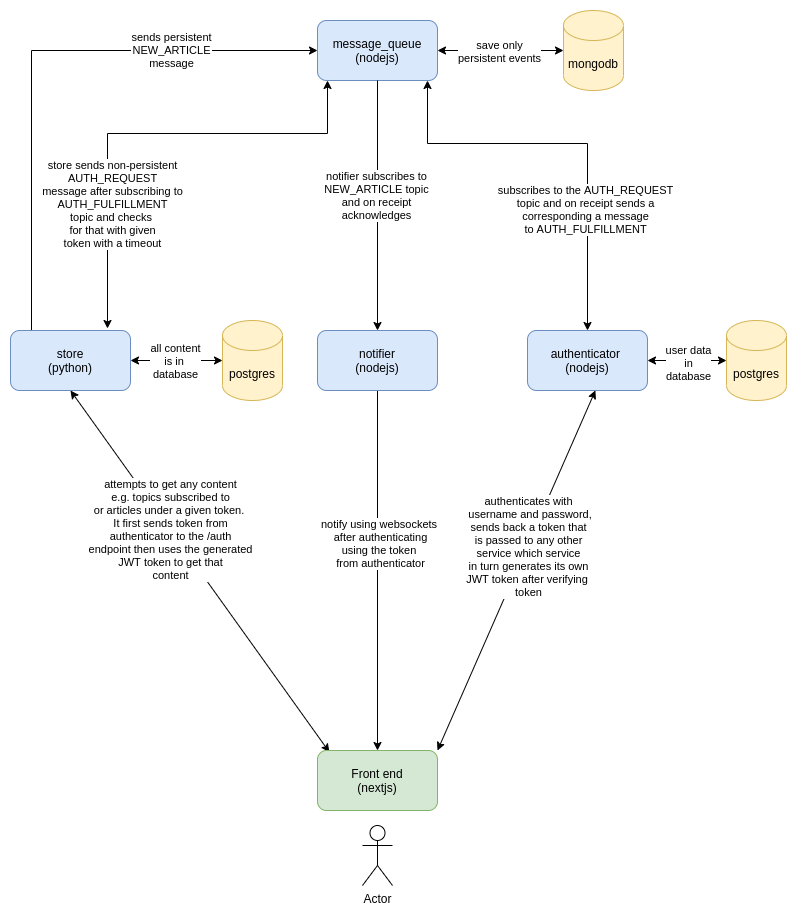
Above: .designs/article_curator.png in Tinitto/article_curator (draw.io), before the change. Source tidied: cells renumbered, new cells last; positions are measured from the earlier drawing's top-left corner, leaving out a move shared by most shapes.
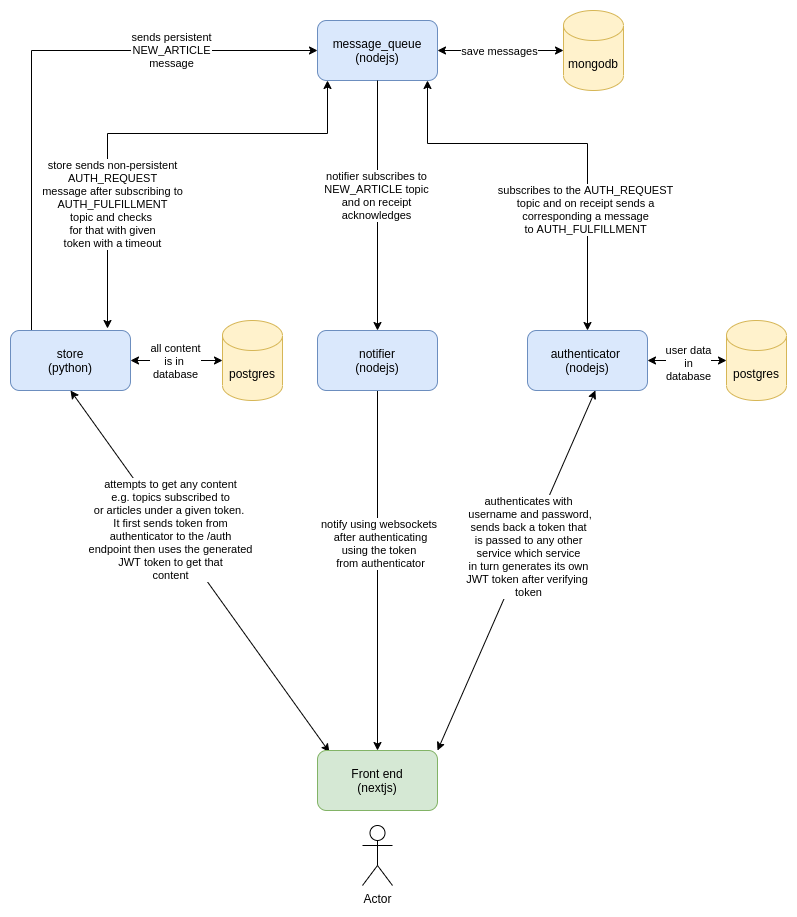
The same diagram one commit later.

Diff of the diagram source:
```diff
@@ -41,7 +41,7 @@
         <mxPoint x="120" y="40" as="sourcePoint" />
       </mxGeometry>
     </mxCell>
-    <mxCell id="13" value="save only&lt;br&gt;persistent events" style="edgeLabel;html=1;align=center;verticalAlign=middle;" parent="12" vertex="1">
+    <mxCell id="13" value="save messages" style="edgeLabel;html=1;align=center;verticalAlign=middle;" parent="12" vertex="1">
       <mxGeometry x="-0.09" relative="1" as="geometry">
         <mxPoint x="4" as="offset" />
       </mxGeometry>
```
